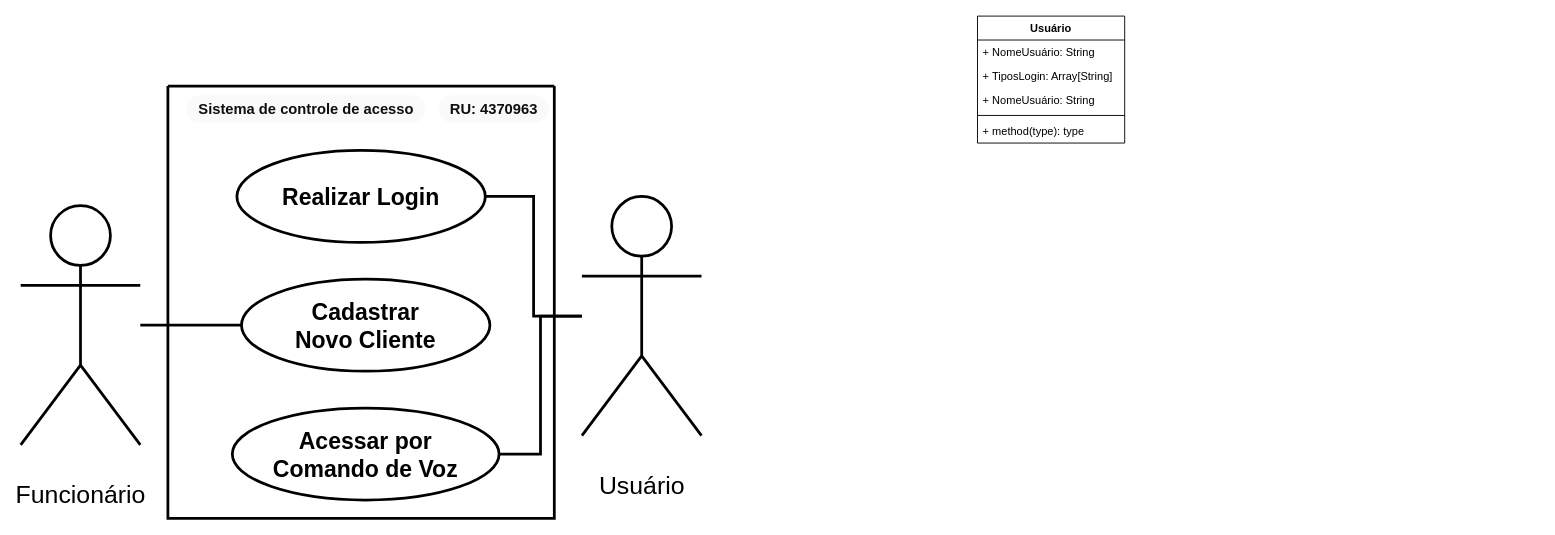
Above: page "Cópia do Página-5" (7 of 7) of FlightCompany Example.drawio in MaroTequi/FlightCompany (draw.io), before the change. Source tidied: cells renumbered, new cells numbered last; positions are measured from the earlier drawing's top-left corner, leaving out a move shared by most shapes. Both pictures are drawn from the tidied source at 92%, with x=0, y=0 at pixel (20, 16).
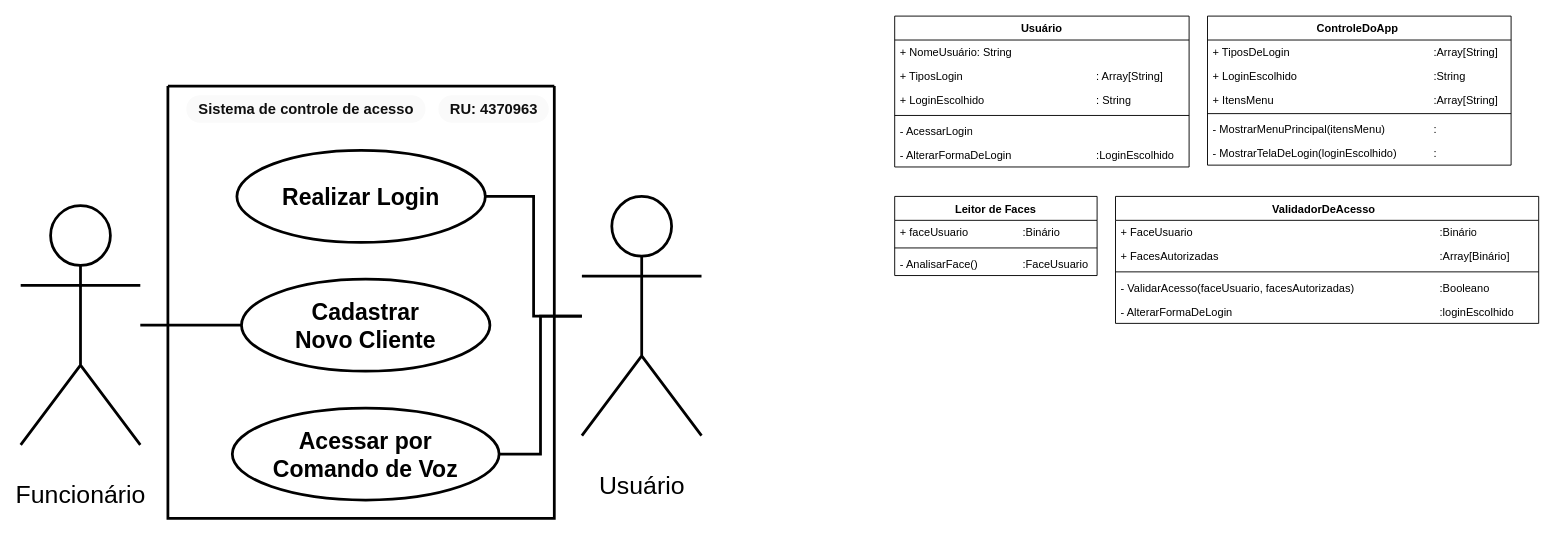
After the change.

What changed in the source:
```diff
@@
     <mxCell id="13" value="Usuário" style="swimlane;fontStyle=1;align=center;verticalAlign=top;horizontal=1;startSize=26;whiteSpace=wrap;html=1;" parent="1" vertex="1">
-      <mxGeometry x="1040" width="160" height="138" as="geometry" />
+      <mxGeometry x="950" width="320" height="164" as="geometry" />
     </mxCell>
     <mxCell id="14" value="+ NomeUsuário: String" style="text;strokeColor=none;fillColor=none;align=left;verticalAlign=top;spacingLeft=4;spacingRight=4;overflow=hidden;whiteSpace=wrap;html=1;" parent="13" vertex="1">
-      <mxGeometry y="26" width="160" height="26" as="geometry" />
+      <mxGeometry y="26" width="320" height="26" as="geometry" />
     </mxCell>
-    <mxCell id="15" value="+ TiposLogin: Array[String]" style="text;strokeColor=none;fillColor=none;align=left;verticalAlign=top;spacingLeft=4;spacingRight=4;overflow=hidden;whiteSpace=wrap;html=1;" parent="13" vertex="1">
-      <mxGeometry y="52" width="160" height="26" as="geometry" />
+    <mxCell id="15" value="+ TiposLogin&lt;span style=&quot;white-space: pre;&quot;&gt;&#9;&lt;/span&gt;&lt;span style=&quot;white-space: pre;&quot;&gt;&#9;&lt;/span&gt;&lt;span style=&quot;white-space: pre;&quot;&gt;&#9;&lt;/span&gt;&lt;span style=&quot;white-space: pre;&quot;&gt;&#9;&lt;/span&gt;&lt;span style=&quot;white-space: pre;&quot;&gt;&#9;&lt;/span&gt;&lt;span style=&quot;white-space: pre;&quot;&gt;&#9;&lt;/span&gt;: Array[String]" style="text;strokeColor=none;fillColor=none;align=left;verticalAlign=top;spacingLeft=4;spacingRight=4;overflow=hidden;whiteSpace=wrap;html=1;" parent="13" vertex="1">
+      <mxGeometry y="52" width="320" height="26" as="geometry" />
     </mxCell>
-    <mxCell id="16" value="+ NomeUsuário: String" style="text;strokeColor=none;fillColor=none;align=left;verticalAlign=top;spacingLeft=4;spacingRight=4;overflow=hidden;whiteSpace=wrap;html=1;" parent="13" vertex="1">
-      <mxGeometry y="78" width="160" height="26" as="geometry" />
+    <mxCell id="16" value="+ LoginEscolhido&lt;span style=&quot;white-space: pre;&quot;&gt;&#9;&lt;/span&gt;&lt;span style=&quot;white-space: pre;&quot;&gt;&#9;&lt;/span&gt;&lt;span style=&quot;white-space: pre;&quot;&gt;&#9;&lt;/span&gt;&lt;span style=&quot;white-space: pre;&quot;&gt;&#9;&lt;/span&gt;&lt;span style=&quot;white-space: pre;&quot;&gt;&#9;&lt;/span&gt;: String" style="text;strokeColor=none;fillColor=none;align=left;verticalAlign=top;spacingLeft=4;spacingRight=4;overflow=hidden;whiteSpace=wrap;html=1;" parent="13" vertex="1">
+      <mxGeometry y="78" width="320" height="26" as="geometry" />
     </mxCell>
     <mxCell id="17" style="line;strokeWidth=1;fillColor=none;align=left;verticalAlign=middle;spacingTop=-1;spacingLeft=3;spacingRight=3;labelPosition=right;strokeColor=inherit;" parent="13" vertex="1">
-      <mxGeometry y="104" width="160" height="8" as="geometry" />
+      <mxGeometry y="104" width="320" height="8" as="geometry" />
     </mxCell>
-    <mxCell id="18" value="+ method(type): type" style="text;strokeColor=none;fillColor=none;align=left;verticalAlign=top;spacingLeft=4;spacingRight=4;overflow=hidden;whiteSpace=wrap;html=1;" parent="13" vertex="1">
-      <mxGeometry y="112" width="160" height="26" as="geometry" />
+    <mxCell id="18" value="- AcessarLogin" style="text;strokeColor=none;fillColor=none;align=left;verticalAlign=top;spacingLeft=4;spacingRight=4;overflow=hidden;whiteSpace=wrap;html=1;" parent="13" vertex="1">
+      <mxGeometry y="112" width="320" height="26" as="geometry" />
     </mxCell>
+    <mxCell id="19" value="- AlterarFormaDeLogin&amp;nbsp; &amp;nbsp; &lt;span style=&quot;white-space: pre;&quot;&gt;&#9;&lt;/span&gt;&lt;span style=&quot;white-space: pre;&quot;&gt;&#9;&lt;/span&gt;&lt;span style=&quot;white-space: pre;&quot;&gt;&#9;&lt;/span&gt;:LoginEscolhido" style="text;strokeColor=none;fillColor=none;align=left;verticalAlign=top;spacingLeft=4;spacingRight=4;overflow=hidden;whiteSpace=wrap;html=1;" parent="13" vertex="1">
+      <mxGeometry y="138" width="320" height="26" as="geometry" />
+    </mxCell>
+    <mxCell id="20" value="Leitor de Faces" style="swimlane;fontStyle=1;align=center;verticalAlign=top;horizontal=1;startSize=26;whiteSpace=wrap;html=1;" parent="1" vertex="1">
+      <mxGeometry x="950" y="196" width="220" height="86" as="geometry" />
+    </mxCell>
+    <mxCell id="21" value="+ faceUsuario&lt;span style=&quot;white-space: pre;&quot;&gt;&#9;&lt;/span&gt;&lt;span style=&quot;white-space: pre;&quot;&gt;&#9;&lt;/span&gt;&lt;span style=&quot;white-space: pre;&quot;&gt;&#9;&lt;/span&gt;:Binário&amp;nbsp;" style="text;strokeColor=none;fillColor=none;align=left;verticalAlign=top;spacingLeft=4;spacingRight=4;overflow=hidden;whiteSpace=wrap;html=1;" parent="20" vertex="1">
+      <mxGeometry y="26" width="220" height="26" as="geometry" />
+    </mxCell>
+    <mxCell id="22" style="line;strokeWidth=1;fillColor=none;align=left;verticalAlign=middle;spacingTop=-1;spacingLeft=3;spacingRight=3;labelPosition=right;strokeColor=inherit;" parent="20" vertex="1">
+      <mxGeometry y="52" width="220" height="8" as="geometry" />
+    </mxCell>
+    <mxCell id="23" value="- AnalisarFace()&lt;span style=&quot;white-space: pre;&quot;&gt;&#9;&lt;/span&gt;&lt;span style=&quot;white-space: pre;&quot;&gt;&#9;&lt;/span&gt;:FaceUsuario" style="text;strokeColor=none;fillColor=none;align=left;verticalAlign=top;spacingLeft=4;spacingRight=4;overflow=hidden;whiteSpace=wrap;html=1;" parent="20" vertex="1">
+      <mxGeometry y="60" width="220" height="26" as="geometry" />
+    </mxCell>
+    <mxCell id="24" value="ValidadorDeAcesso&amp;nbsp;&amp;nbsp;" style="swimlane;fontStyle=1;align=center;verticalAlign=top;horizontal=1;startSize=26;whiteSpace=wrap;html=1;" parent="1" vertex="1">
+      <mxGeometry x="1190" y="196" width="460" height="138" as="geometry" />
+    </mxCell>
+    <mxCell id="25" value="+ FaceUsuario&lt;span style=&quot;white-space: pre;&quot;&gt;&#9;&lt;/span&gt;&lt;span style=&quot;white-space: pre;&quot;&gt;&#9;&lt;/span&gt;&lt;span style=&quot;white-space: pre;&quot;&gt;&#9;&lt;/span&gt;&lt;span style=&quot;white-space: pre;&quot;&gt;&#9;&lt;/span&gt;&lt;span style=&quot;white-space: pre;&quot;&gt;&#9;&lt;/span&gt;&lt;span style=&quot;white-space: pre;&quot;&gt;&#9;&lt;/span&gt;&lt;span style=&quot;white-space: pre;&quot;&gt;&#9;&lt;/span&gt;&lt;span style=&quot;white-space: pre;&quot;&gt;&#9;&lt;/span&gt;&lt;span style=&quot;white-space: pre;&quot;&gt;&#9;&lt;/span&gt;&lt;span style=&quot;white-space: pre;&quot;&gt;&#9;&lt;/span&gt;:Binário" style="text;strokeColor=none;fillColor=none;align=left;verticalAlign=top;spacingLeft=4;spacingRight=4;overflow=hidden;whiteSpace=wrap;html=1;" parent="24" vertex="1">
+      <mxGeometry y="26" width="460" height="26" as="geometry" />
+    </mxCell>
+    <mxCell id="26" value="+ FacesAutorizadas&lt;span style=&quot;white-space: pre;&quot;&gt;&#9;&lt;/span&gt;&lt;span style=&quot;white-space: pre;&quot;&gt;&#9;&lt;/span&gt;&lt;span style=&quot;white-space: pre;&quot;&gt;&#9;&lt;/span&gt;&lt;span style=&quot;white-space: pre;&quot;&gt;&#9;&lt;/span&gt;&lt;span style=&quot;white-space: pre;&quot;&gt;&#9;&lt;/span&gt;&lt;span style=&quot;white-space: pre;&quot;&gt;&#9;&lt;/span&gt;&lt;span style=&quot;white-space: pre;&quot;&gt;&#9;&lt;/span&gt;&lt;span style=&quot;white-space: pre;&quot;&gt;&#9;&lt;/span&gt;&lt;span style=&quot;white-space: pre;&quot;&gt;&#9;&lt;/span&gt;:Array[Binário]" style="text;strokeColor=none;fillColor=none;align=left;verticalAlign=top;spacingLeft=4;spacingRight=4;overflow=hidden;whiteSpace=wrap;html=1;" parent="24" vertex="1">
+      <mxGeometry y="52" width="460" height="26" as="geometry" />
+    </mxCell>
+    <mxCell id="27" style="line;strokeWidth=1;fillColor=none;align=left;verticalAlign=middle;spacingTop=-1;spacingLeft=3;spacingRight=3;labelPosition=right;strokeColor=inherit;" parent="24" vertex="1">
+      <mxGeometry y="78" width="460" height="8" as="geometry" />
+    </mxCell>
+    <mxCell id="28" value="- ValidarAcesso(faceUsuario, facesAutorizadas)&lt;span style=&quot;white-space: pre;&quot;&gt;&#9;&lt;/span&gt;&lt;span style=&quot;white-space: pre;&quot;&gt;&#9;&lt;/span&gt;&lt;span style=&quot;white-space: pre;&quot;&gt;&#9;&lt;/span&gt;&lt;span style=&quot;white-space: pre;&quot;&gt;&#9;&lt;/span&gt;:Booleano" style="text;strokeColor=none;fillColor=none;align=left;verticalAlign=top;spacingLeft=4;spacingRight=4;overflow=hidden;whiteSpace=wrap;html=1;" parent="24" vertex="1">
+      <mxGeometry y="86" width="460" height="26" as="geometry" />
+    </mxCell>
+    <mxCell id="29" value="- AlterarFormaDeLogin&lt;span style=&quot;white-space: pre;&quot;&gt;&#9;&lt;/span&gt;&lt;span style=&quot;white-space: pre;&quot;&gt;&#9;&lt;/span&gt;&lt;span style=&quot;white-space: pre;&quot;&gt;&#9;&lt;/span&gt;&lt;span style=&quot;white-space: pre;&quot;&gt;&#9;&lt;/span&gt;&lt;span style=&quot;white-space: pre;&quot;&gt;&#9;&lt;/span&gt;&lt;span style=&quot;white-space: pre;&quot;&gt;&#9;&lt;/span&gt;&lt;span style=&quot;white-space: pre;&quot;&gt;&#9;&lt;/span&gt;&lt;span style=&quot;white-space: pre;&quot;&gt;&#9;&lt;/span&gt;&lt;span style=&quot;white-space: pre;&quot;&gt;&#9;&lt;/span&gt;:loginEscolhido" style="text;strokeColor=none;fillColor=none;align=left;verticalAlign=top;spacingLeft=4;spacingRight=4;overflow=hidden;whiteSpace=wrap;html=1;" parent="24" vertex="1">
+      <mxGeometry y="112" width="460" height="26" as="geometry" />
+    </mxCell>
+    <mxCell id="30" value="ControleDoApp&amp;nbsp;" style="swimlane;fontStyle=1;align=center;verticalAlign=top;horizontal=1;startSize=26;whiteSpace=wrap;html=1;" parent="1" vertex="1">
+      <mxGeometry x="1290" width="330" height="162" as="geometry" />
+    </mxCell>
+    <mxCell id="31" value="+ TiposDeLogin&lt;span style=&quot;white-space: pre;&quot;&gt;&#9;&lt;/span&gt;&lt;span style=&quot;white-space: pre;&quot;&gt;&#9;&lt;/span&gt;&lt;span style=&quot;white-space: pre;&quot;&gt;&#9;&lt;/span&gt;&lt;span style=&quot;white-space: pre;&quot;&gt;&#9;&lt;/span&gt;&lt;span style=&quot;white-space: pre;&quot;&gt;&#9;&lt;/span&gt;&lt;span style=&quot;white-space: pre;&quot;&gt;&#9;&lt;/span&gt;:Array[String]" style="text;strokeColor=none;fillColor=none;align=left;verticalAlign=top;spacingLeft=4;spacingRight=4;overflow=hidden;whiteSpace=wrap;html=1;" parent="30" vertex="1">
+      <mxGeometry y="26" width="330" height="26" as="geometry" />
+    </mxCell>
+    <mxCell id="32" value="+ LoginEscolhido&lt;span style=&quot;white-space: pre;&quot;&gt;&#9;&lt;/span&gt;&lt;span style=&quot;white-space: pre;&quot;&gt;&#9;&lt;/span&gt;&lt;span style=&quot;white-space: pre;&quot;&gt;&#9;&lt;/span&gt;&lt;span style=&quot;white-space: pre;&quot;&gt;&#9;&lt;/span&gt;&lt;span style=&quot;white-space: pre;&quot;&gt;&#9;&lt;/span&gt;&lt;span style=&quot;white-space: pre;&quot;&gt;&#9;&lt;/span&gt;:String" style="text;strokeColor=none;fillColor=none;align=left;verticalAlign=top;spacingLeft=4;spacingRight=4;overflow=hidden;whiteSpace=wrap;html=1;" parent="30" vertex="1">
+      <mxGeometry y="52" width="330" height="26" as="geometry" />
+    </mxCell>
+    <mxCell id="33" value="+ ItensMenu&lt;span style=&quot;white-space: pre;&quot;&gt;&#9;&lt;/span&gt;&lt;span style=&quot;white-space: pre;&quot;&gt;&#9;&lt;/span&gt;&lt;span style=&quot;white-space: pre;&quot;&gt;&#9;&lt;/span&gt;&lt;span style=&quot;white-space: pre;&quot;&gt;&#9;&lt;/span&gt;&lt;span style=&quot;white-space: pre;&quot;&gt;&#9;&lt;/span&gt;&lt;span style=&quot;white-space: pre;&quot;&gt;&#9;&lt;/span&gt;&lt;span style=&quot;white-space: pre;&quot;&gt;&#9;&lt;/span&gt;:Array[String]" style="text;strokeColor=none;fillColor=none;align=left;verticalAlign=top;spacingLeft=4;spacingRight=4;overflow=hidden;whiteSpace=wrap;html=1;" parent="30" vertex="1">
+      <mxGeometry y="78" width="330" height="24" as="geometry" />
+    </mxCell>
+    <mxCell id="34" style="line;strokeWidth=1;fillColor=none;align=left;verticalAlign=middle;spacingTop=-1;spacingLeft=3;spacingRight=3;labelPosition=right;strokeColor=inherit;" parent="30" vertex="1">
+      <mxGeometry y="102" width="330" height="8" as="geometry" />
+    </mxCell>
+    <mxCell id="35" value="- MostrarMenuPrincipal(itensMenu)&lt;span style=&quot;white-space: pre;&quot;&gt;&#9;&lt;span style=&quot;white-space: pre;&quot;&gt;&#9;&lt;/span&gt;&lt;/span&gt;:" style="text;strokeColor=none;fillColor=none;align=left;verticalAlign=top;spacingLeft=4;spacingRight=4;overflow=hidden;whiteSpace=wrap;html=1;" parent="30" vertex="1">
+      <mxGeometry y="110" width="330" height="26" as="geometry" />
+    </mxCell>
+    <mxCell id="36" value="- MostrarTelaDeLogin(loginEscolhido)&lt;span style=&quot;white-space: pre;&quot;&gt;&#9;&lt;/span&gt;&lt;span style=&quot;white-space: pre;&quot;&gt;&#9;&lt;/span&gt;:" style="text;strokeColor=none;fillColor=none;align=left;verticalAlign=top;spacingLeft=4;spacingRight=4;overflow=hidden;whiteSpace=wrap;html=1;" parent="30" vertex="1">
+      <mxGeometry y="136" width="330" height="26" as="geometry" />
+    </mxCell>
```
